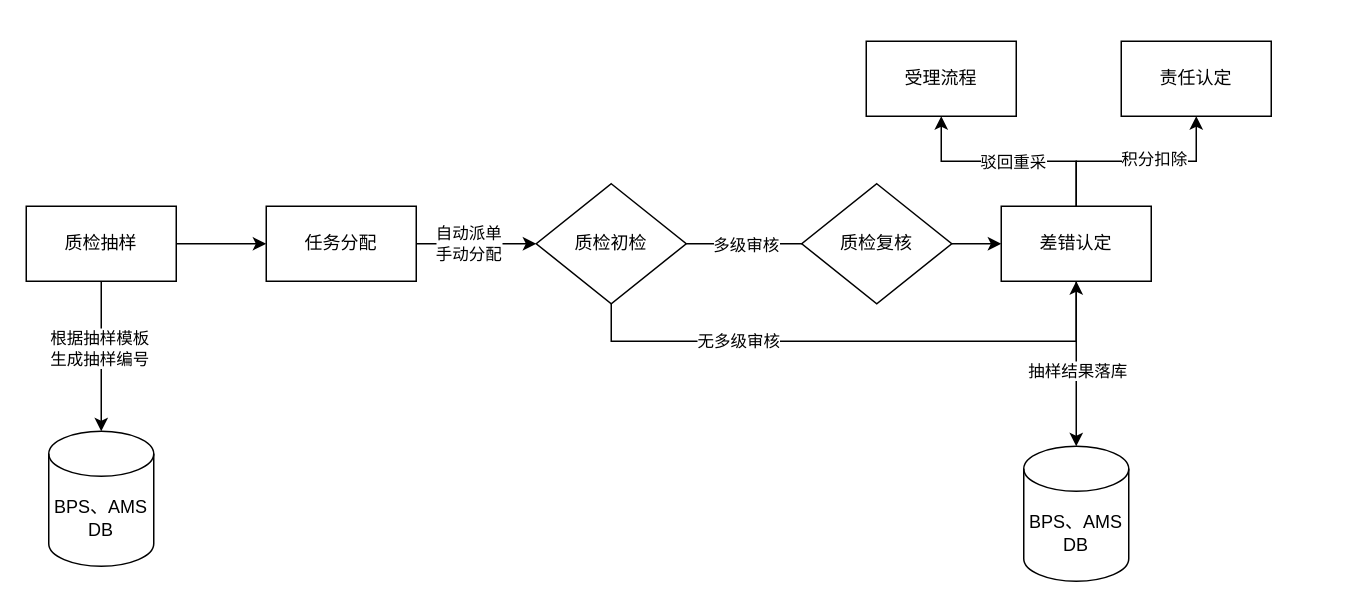
The draw.io diagram 档案质检.drawio in ching7/diagrams, before the edit. Source tidied: cells renumbered, new cells numbered last; positions are measured from the earlier drawing's top-left corner, leaving out a move shared by most shapes. Both pictures are drawn from the tidied source at 150%, with x=0, y=0 at pixel (26, 40).
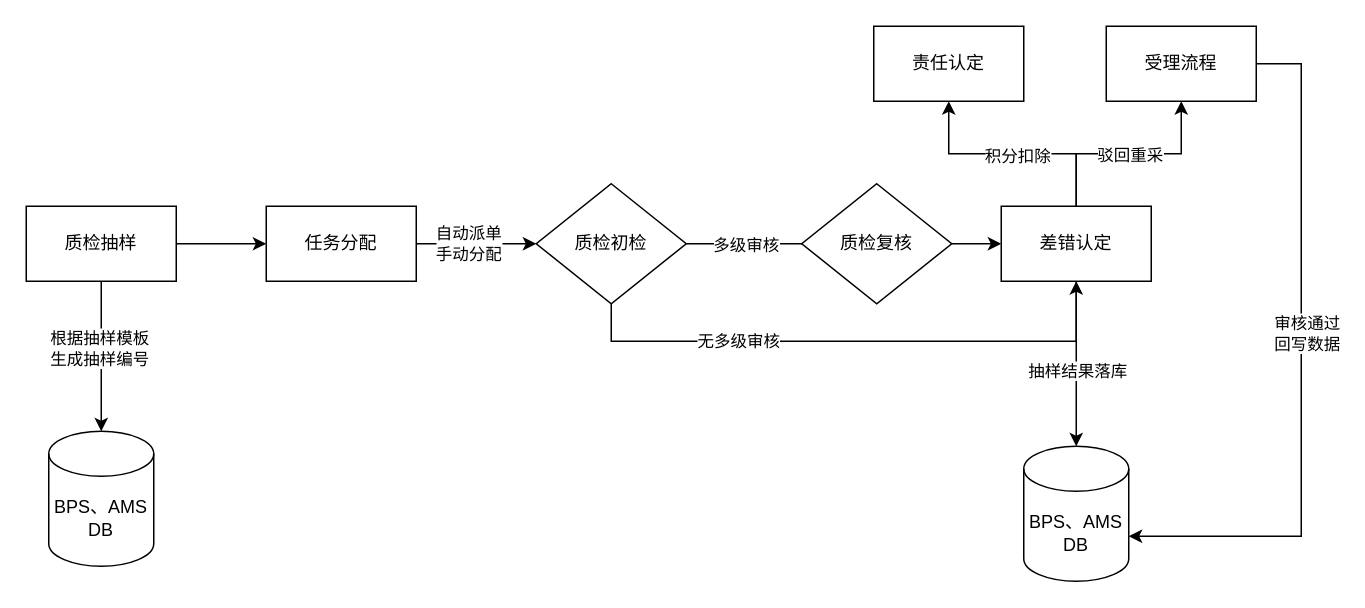
Above is the later version.

Commit message:
更新档案质检.drawio

Unchanged cells that the change refers to:
```xml
<mxCell id="13" style="edgeStyle=orthogonalEdgeStyle;rounded=0;jettySize=auto;html=1;entryX=0.5;entryY=1;entryDx=0;entryDy=0;" parent="1" edge="1" source="19" target="24">
  <mxGeometry relative="1" as="geometry" />
</mxCell>
<mxCell id="15" style="edgeStyle=orthogonalEdgeStyle;rounded=0;jettySize=auto;html=1;entryX=0.5;entryY=1;entryDx=0;entryDy=0;" parent="1" edge="1" source="19" target="25">
  <mxGeometry relative="1" as="geometry" />
</mxCell>
<mxCell id="26" value="BPS、AMS&lt;br&gt;DB" style="shape=cylinder3;whiteSpace=wrap;html=1;boundedLbl=1;backgroundOutline=1;size=15;" parent="1" vertex="1">
  <mxGeometry x="665" y="270" width="70" height="90" as="geometry" />
</mxCell>
```

Diff of the diagram source:
```diff
@@
     <mxCell id="14" value="驳回重采" style="edgeLabel;html=1;align=center;verticalAlign=middle;" parent="13" vertex="1">
-      <mxGeometry x="-0.03" relative="1" as="geometry" />
+      <mxGeometry x="-0.03" relative="1" as="geometry">
+        <mxPoint x="2" as="offset" />
+      </mxGeometry>
     </mxCell>
@@
     <mxCell id="16" value="积分扣除" style="edgeLabel;html=1;align=center;verticalAlign=middle;" parent="15" vertex="1">
-      <mxGeometry x="0.15" y="2" relative="1" as="geometry" />
+      <mxGeometry x="0.15" y="2" relative="1" as="geometry">
+        <mxPoint x="14" y="-1" as="offset" />
+      </mxGeometry>
     </mxCell>
@@
+    <mxCell id="27" style="edgeStyle=orthogonalEdgeStyle;rounded=0;jettySize=auto;html=1;entryX=1;entryY=0;entryDx=0;entryDy=60;entryPerimeter=0;" parent="1" edge="1" source="24" target="26">
+      <mxGeometry relative="1" as="geometry">
+        <Array as="points">
+          <mxPoint x="850" y="15" />
+          <mxPoint x="850" y="330" />
+        </Array>
+      </mxGeometry>
+    </mxCell>
+    <mxCell id="28" value="审核通过&lt;br&gt;回写数据" style="edgeLabel;html=1;align=center;verticalAlign=middle;" parent="27" vertex="1">
+      <mxGeometry x="-0.09" y="3" relative="1" as="geometry" />
+    </mxCell>
     <mxCell id="24" value="受理流程" style="rounded=0;whiteSpace=wrap;html=1;" parent="1" vertex="1">
-      <mxGeometry x="560" width="100" height="50" as="geometry" />
+      <mxGeometry x="720" y="-10" width="100" height="50" as="geometry" />
     </mxCell>
     <mxCell id="25" value="责任认定" style="rounded=0;whiteSpace=wrap;html=1;" parent="1" vertex="1">
-      <mxGeometry x="730" width="100" height="50" as="geometry" />
+      <mxGeometry x="565" y="-10" width="100" height="50" as="geometry" />
     </mxCell>
```
